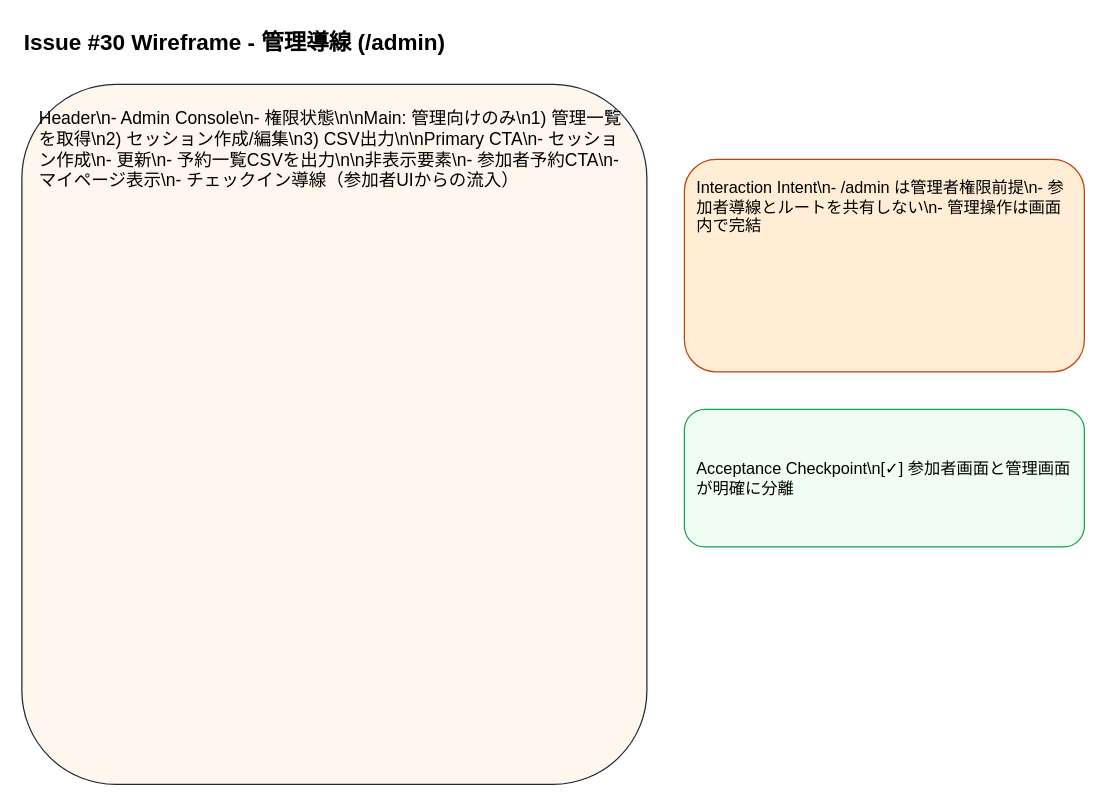
The draw.io diagram page "02 Admin Portal" (2 of 3) of docs/ui-mock/issue-30-route-separation-wireframe.drawio in autotaker/simple-event-reservation-system, before the edit. Source tidied: cells renumbered, new cells numbered last; positions are measured from the earlier drawing's top-left corner, leaving out a move shared by most shapes. Both pictures are drawn from the tidied source at 125%, with x=0, y=0 at pixel (21, 21).
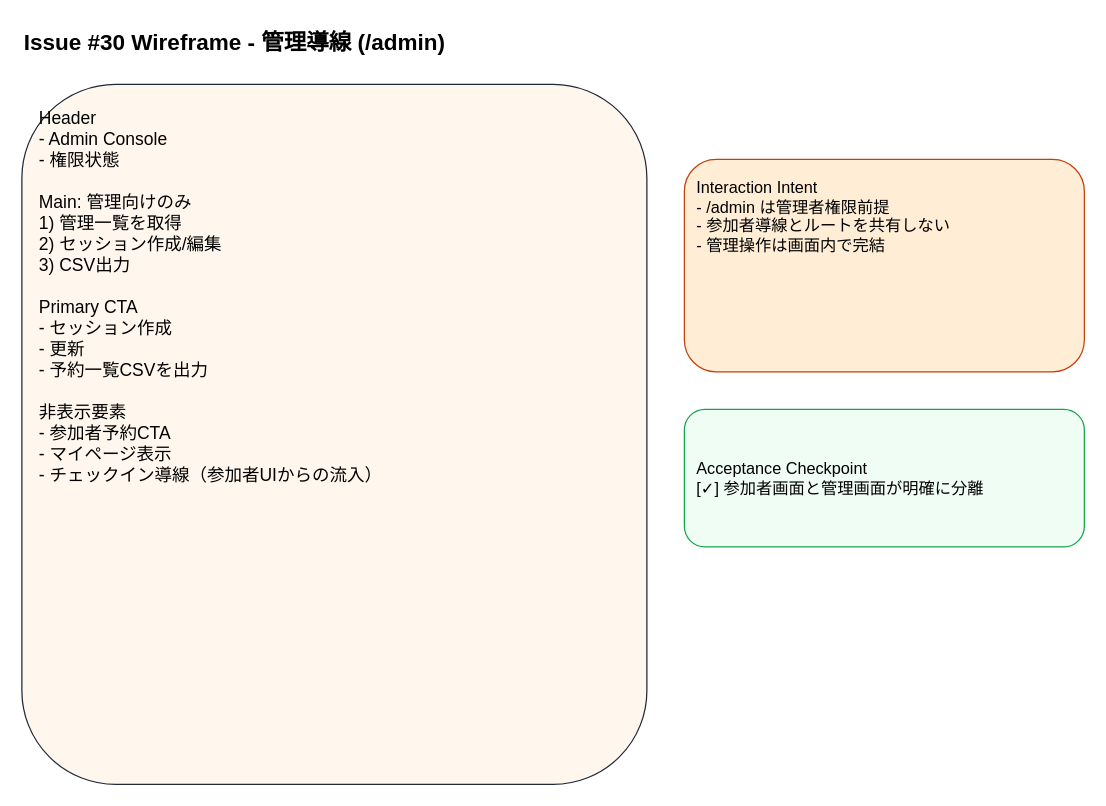
Above is the later version.

Diff of the diagram source:
```diff
@@
 <mxGraphModel>
   <root>
     <mxCell id="0" />
     <mxCell id="1" parent="0" />
     <mxCell id="2" value="Issue #30 Wireframe - 管理導線 (/admin)" style="text;html=1;strokeColor=none;fillColor=none;align=left;verticalAlign=top;fontSize=18;fontStyle=1;" parent="1" vertex="1">
       <mxGeometry width="620" height="30" as="geometry" />
     </mxCell>
-    <mxCell id="3" value="Header\n- Admin Console\n- 権限状態\n\nMain: 管理向けのみ\n1) 管理一覧を取得\n2) セッション作成/編集\n3) CSV出力\n\nPrimary CTA\n- セッション作成\n- 更新\n- 予約一覧CSVを出力\n\n非表示要素\n- 参加者予約CTA\n- マイページ表示\n- チェックイン導線（参加者UIからの流入）" style="rounded=1;whiteSpace=wrap;html=1;strokeColor=#1f2937;fillColor=#fff7ed;align=left;verticalAlign=top;spacing=14;fontSize=14;" parent="1" vertex="1">
+    <mxCell id="3" value="Header&#10;- Admin Console&#10;- 権限状態&#10;&#10;Main: 管理向けのみ&#10;1) 管理一覧を取得&#10;2) セッション作成/編集&#10;3) CSV出力&#10;&#10;Primary CTA&#10;- セッション作成&#10;- 更新&#10;- 予約一覧CSVを出力&#10;&#10;非表示要素&#10;- 参加者予約CTA&#10;- マイページ表示&#10;- チェックイン導線（参加者UIからの流入）" style="rounded=1;whiteSpace=wrap;html=1;strokeColor=#1f2937;fillColor=#fff7ed;align=left;verticalAlign=top;spacing=14;fontSize=14;" parent="1" vertex="1">
       <mxGeometry y="50" width="500" height="560" as="geometry" />
     </mxCell>
-    <mxCell id="4" value="Interaction Intent\n- /admin は管理者権限前提\n- 参加者導線とルートを共有しない\n- 管理操作は画面内で完結" style="rounded=1;whiteSpace=wrap;html=1;strokeColor=#c2410c;fillColor=#ffedd5;align=left;verticalAlign=top;spacing=10;fontSize=13;" parent="1" vertex="1">
+    <mxCell id="4" value="Interaction Intent&#10;- /admin は管理者権限前提&#10;- 参加者導線とルートを共有しない&#10;- 管理操作は画面内で完結" style="rounded=1;whiteSpace=wrap;html=1;strokeColor=#c2410c;fillColor=#ffedd5;align=left;verticalAlign=top;spacing=10;fontSize=13;" parent="1" vertex="1">
       <mxGeometry x="530" y="110" width="320" height="170" as="geometry" />
     </mxCell>
-    <mxCell id="5" value="Acceptance Checkpoint\n[✓] 参加者画面と管理画面が明確に分離" style="rounded=1;whiteSpace=wrap;html=1;strokeColor=#16a34a;fillColor=#f0fdf4;align=left;verticalAlign=middle;spacing=10;fontSize=13;" parent="1" vertex="1">
+    <mxCell id="5" value="Acceptance Checkpoint&#10;[✓] 参加者画面と管理画面が明確に分離" style="rounded=1;whiteSpace=wrap;html=1;strokeColor=#16a34a;fillColor=#f0fdf4;align=left;verticalAlign=middle;spacing=10;fontSize=13;" parent="1" vertex="1">
       <mxGeometry x="530" y="310" width="320" height="110" as="geometry" />
     </mxCell>
   </root>
 </mxGraphModel>
```
